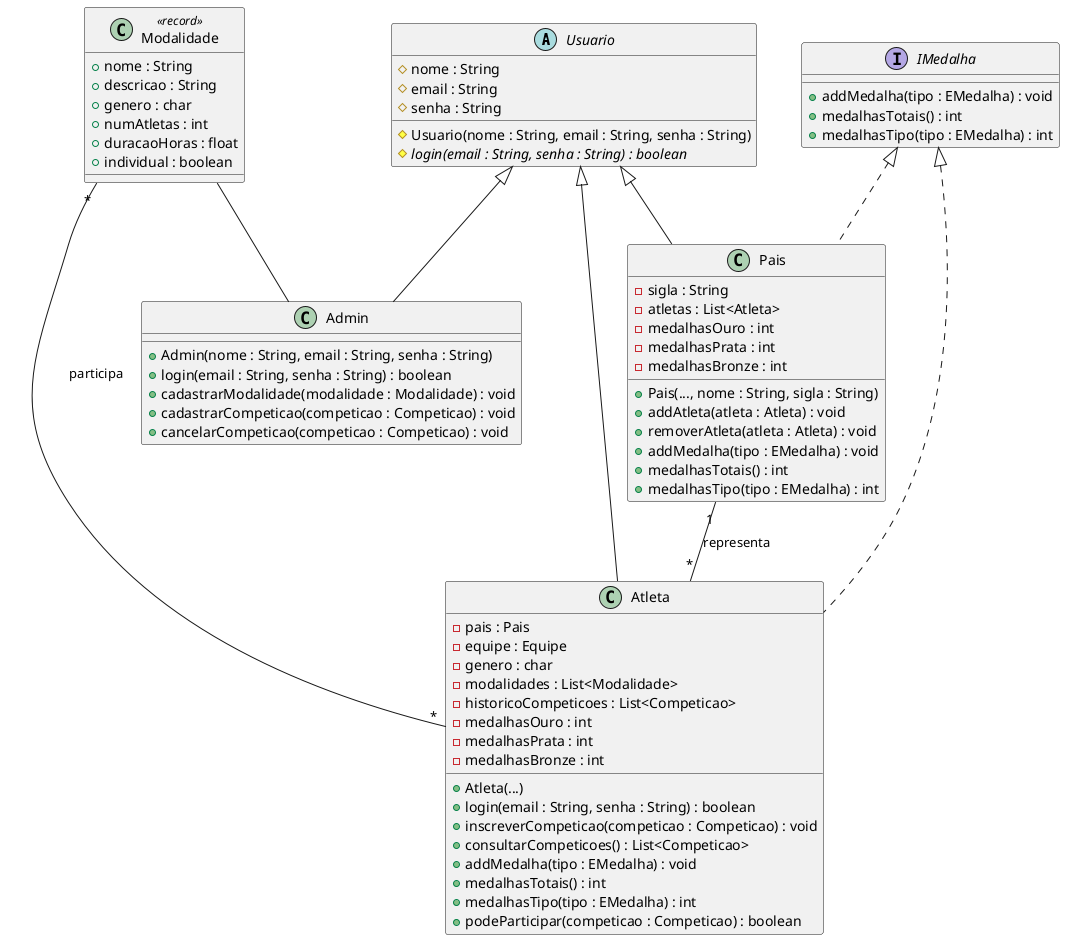
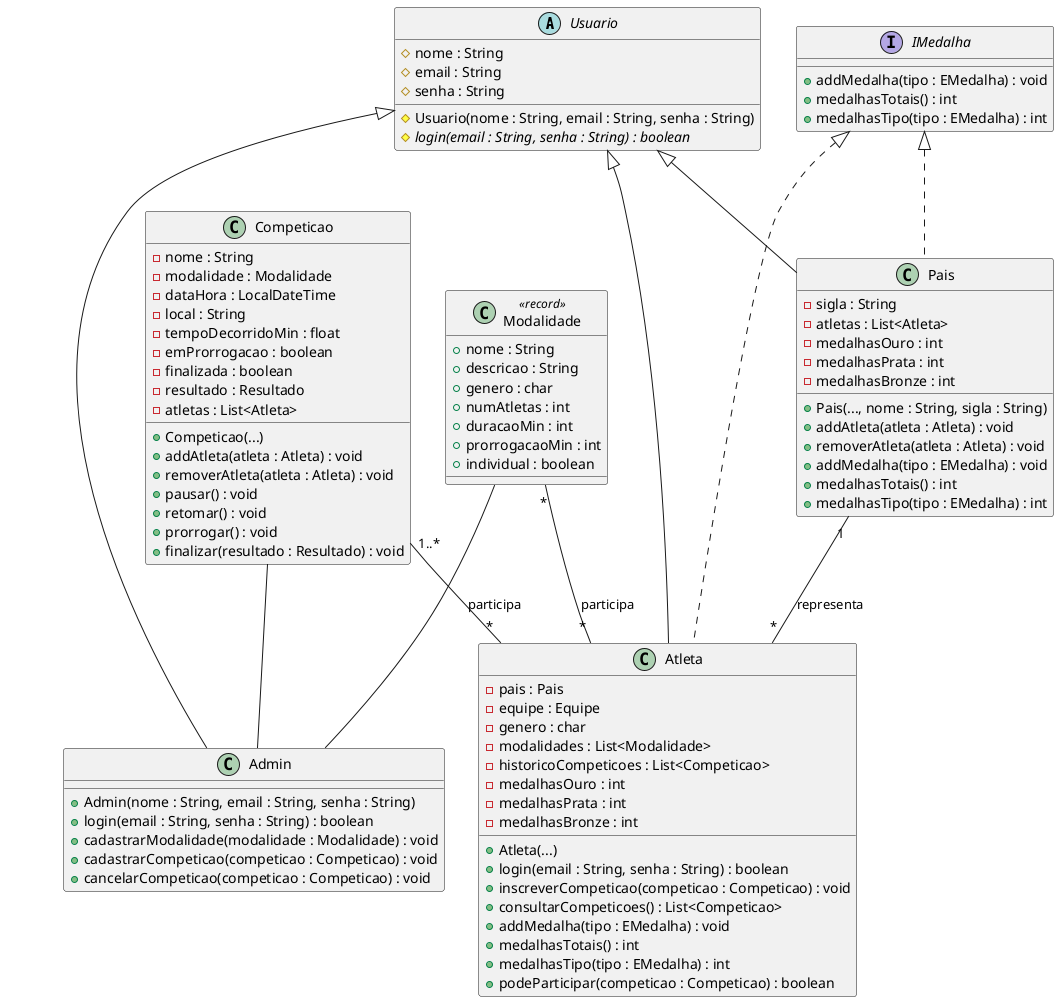
@startuml diagrama-classe
abstract class Usuario {
    # nome : String
    # email : String
    # senha : String
    # Usuario(nome : String, email : String, senha : String)
    # {abstract} login(email : String, senha : String) : boolean
}

class Admin {
    + Admin(nome : String, email : String, senha : String)
    + login(email : String, senha : String) : boolean
    + cadastrarModalidade(modalidade : Modalidade) : void
    + cadastrarCompeticao(competicao : Competicao) : void
    + cancelarCompeticao(competicao : Competicao) : void
}
Usuario <|-- Admin

interface IMedalha {
    + addMedalha(tipo : EMedalha) : void
    + medalhasTotais() : int
    + medalhasTipo(tipo : EMedalha) : int
}
IMedalha <|.. Pais
IMedalha <|.. Atleta

class Pais {
    - sigla : String
    - atletas : List<Atleta>
    - medalhasOuro : int
    - medalhasPrata : int
    - medalhasBronze : int
    + Pais(..., nome : String, sigla : String)
    + addAtleta(atleta : Atleta) : void
    + removerAtleta(atleta : Atleta) : void
    + addMedalha(tipo : EMedalha) : void
    + medalhasTotais() : int
    + medalhasTipo(tipo : EMedalha) : int
}
Usuario <|-- Pais

class Atleta {
    - pais : Pais
    - equipe : Equipe
    - genero : char
    - modalidades : List<Modalidade>
    - historicoCompeticoes : List<Competicao>
    - medalhasOuro : int
    - medalhasPrata : int
    - medalhasBronze : int
    + Atleta(...)
    + login(email : String, senha : String) : boolean
    + inscreverCompeticao(competicao : Competicao) : void
    + consultarCompeticoes() : List<Competicao>
    + addMedalha(tipo : EMedalha) : void
    + medalhasTotais() : int
    + medalhasTipo(tipo : EMedalha) : int
    + podeParticipar(competicao : Competicao) : boolean
}
Usuario <|-- Atleta
Pais "1" -- "*" Atleta : representa

class Modalidade <<record>>{
    + nome : String
    + descricao : String
    + genero : char
    + numAtletas : int
-     + duracaoHoras : float
+     + duracaoMin : int
+     + prorrogacaoMin : int
    + individual : boolean
}
Modalidade -- Admin
Modalidade "*" -- "*" Atleta : participa
+ 
+ class Competicao {
+     - nome : String
+     - modalidade : Modalidade
+     - dataHora : LocalDateTime
+     - local : String
+     - tempoDecorridoMin : float
+     - emProrrogacao : boolean
+     - finalizada : boolean
+     - resultado : Resultado
+     - atletas : List<Atleta>
+     + Competicao(...)
+     + addAtleta(atleta : Atleta) : void
+     + removerAtleta(atleta : Atleta) : void
+     + pausar() : void
+     + retomar() : void
+     + prorrogar() : void
+     + finalizar(resultado : Resultado) : void
+ }
+ Competicao -- Admin
+ Competicao "1..*" -- "*" Atleta : participa
@enduml